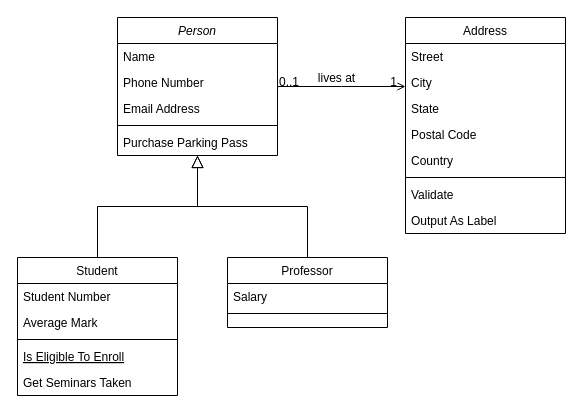
Earlier version of the draw.io diagram Untitled Diagram.drawio (rubences/Scapy). Source tidied: cells renumbered, new cells numbered last; positions are measured from the earlier drawing's top-left corner, leaving out a move shared by most shapes. Both pictures are drawn from the tidied source at 100%, with x=0, y=0 at pixel (17, 17).
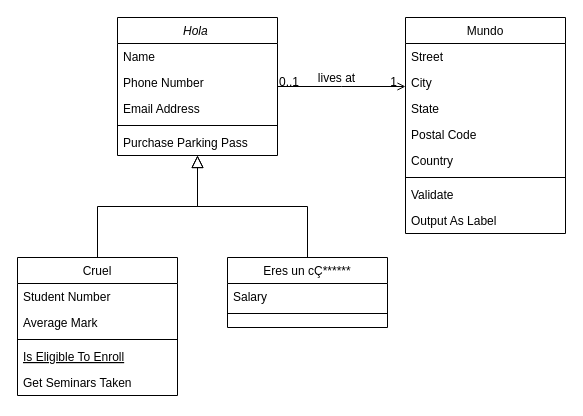
Above is the later version.

Commit message:
Cmabios en UML

The edit, as a diff of the source:
```diff
@@
-    <mxCell id="2" value="Person" style="swimlane;fontStyle=2;align=center;verticalAlign=top;horizontal=1;startSize=26;rounded=0;shadow=0;strokeWidth=1;" parent="1" vertex="1">
+    <mxCell id="2" value="Hola " style="swimlane;fontStyle=2;align=center;verticalAlign=top;horizontal=1;startSize=26;rounded=0;shadow=0;strokeWidth=1;" parent="1" vertex="1">
       <mxGeometry x="100" width="160" height="138" as="geometry" />
     </mxCell>
@@
-    <mxCell id="8" value="Student" style="swimlane;fontStyle=0;align=center;verticalAlign=top;horizontal=1;startSize=26;rounded=0;shadow=0;strokeWidth=1;" parent="1" vertex="1">
+    <mxCell id="8" value="Cruel" style="swimlane;fontStyle=0;align=center;verticalAlign=top;horizontal=1;startSize=26;rounded=0;shadow=0;strokeWidth=1;" parent="1" vertex="1">
       <mxGeometry y="240" width="160" height="138" as="geometry" />
     </mxCell>
@@
-    <mxCell id="15" value="Professor" style="swimlane;fontStyle=0;align=center;verticalAlign=top;horizontal=1;startSize=26;rounded=0;shadow=0;strokeWidth=1;" parent="1" vertex="1">
+    <mxCell id="15" value="Eres un cÇ******" style="swimlane;fontStyle=0;align=center;verticalAlign=top;horizontal=1;startSize=26;rounded=0;shadow=0;strokeWidth=1;" parent="1" vertex="1">
       <mxGeometry x="210" y="240" width="160" height="70" as="geometry" />
     </mxCell>
@@
-    <mxCell id="19" value="Address" style="swimlane;fontStyle=0;align=center;verticalAlign=top;horizontal=1;startSize=26;rounded=0;shadow=0;strokeWidth=1;" parent="1" vertex="1">
+    <mxCell id="19" value="Mundo" style="swimlane;fontStyle=0;align=center;verticalAlign=top;horizontal=1;startSize=26;rounded=0;shadow=0;strokeWidth=1;" parent="1" vertex="1">
       <mxGeometry x="388" width="160" height="216" as="geometry" />
     </mxCell>
```
